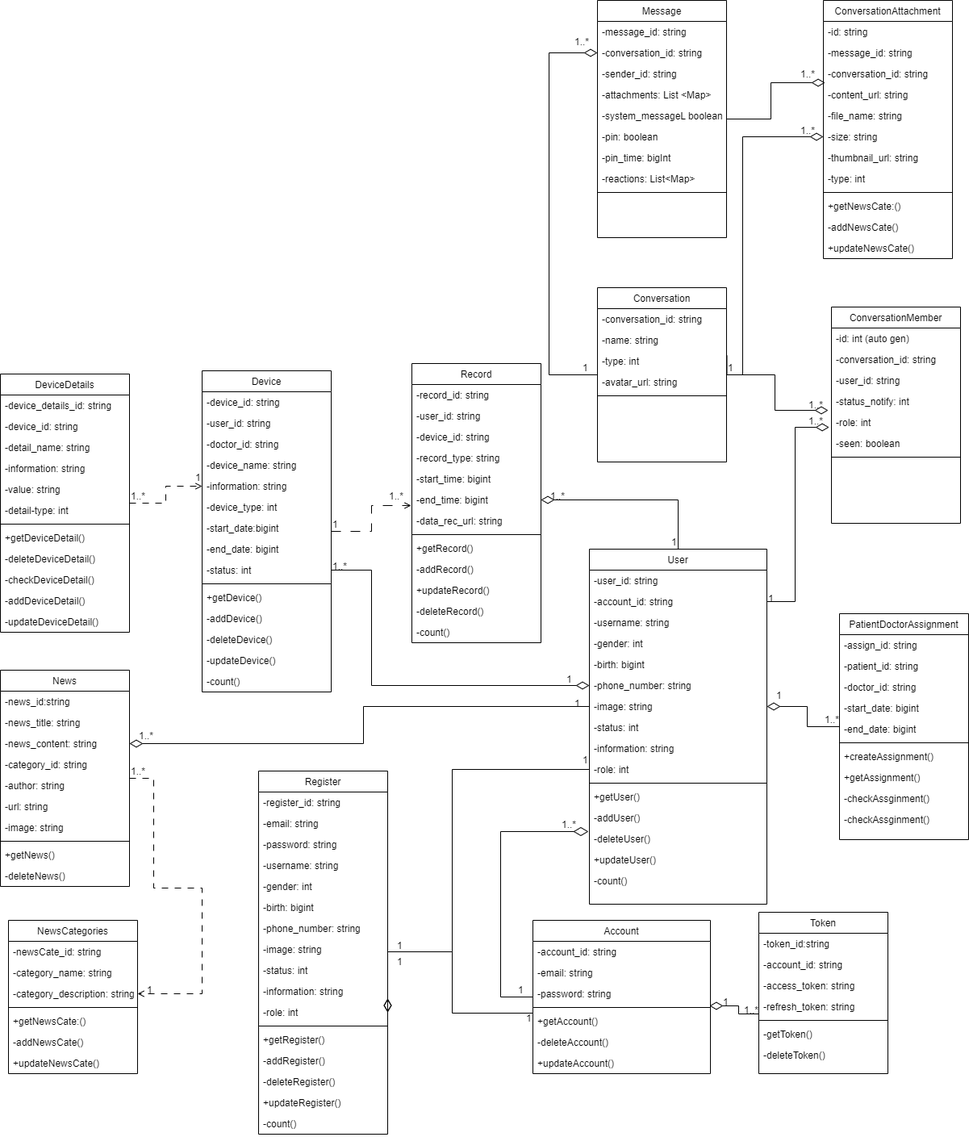
Earlier version of the draw.io export latex_thesis/Images/UML/UMl.drawio.png (techcomrade/fmECG). Source tidied: cells renumbered, new cells last; positions are measured from the earlier drawing's top-left corner, leaving out a move shared by most shapes.
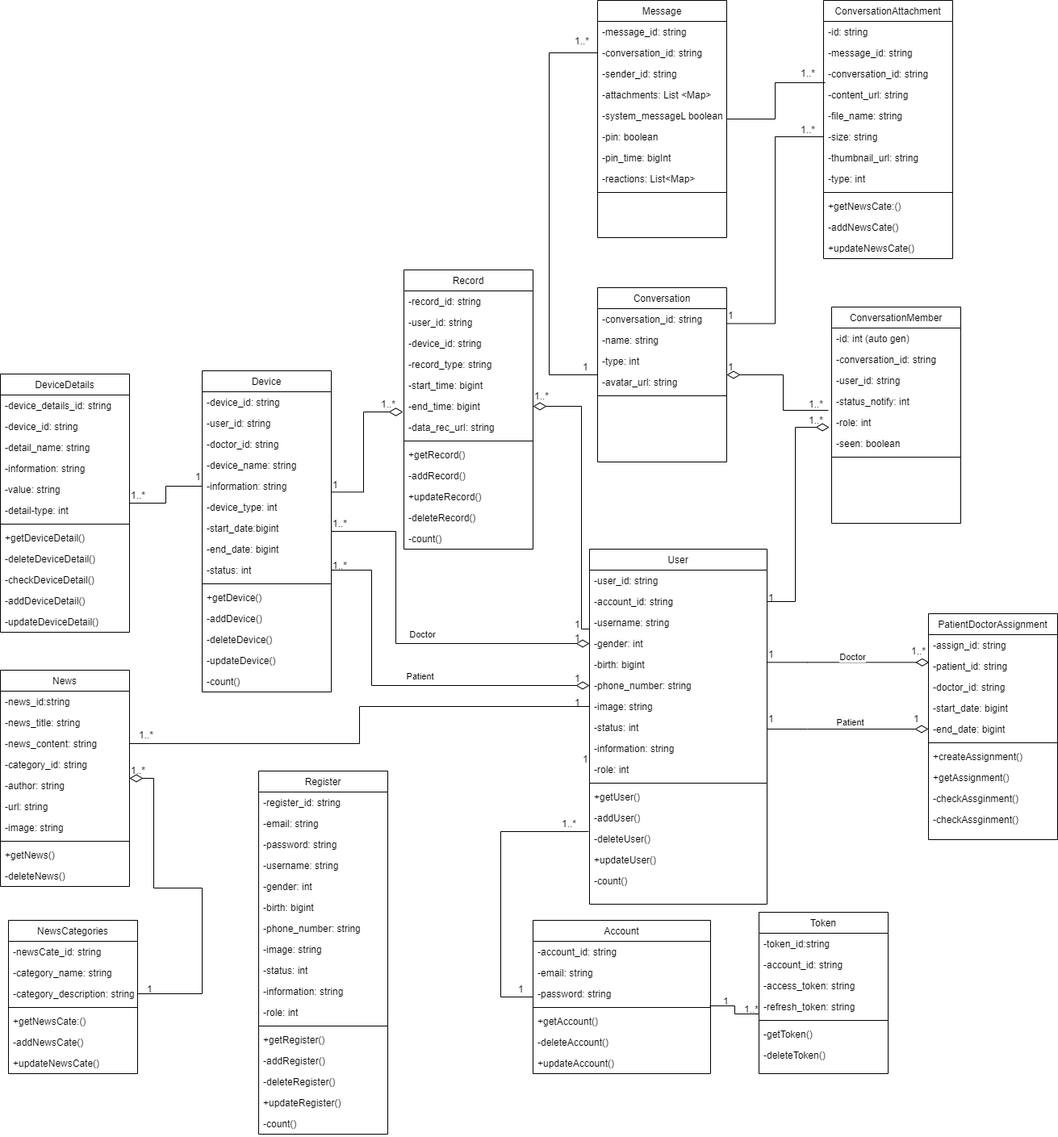
After the change.

Commit message:
improve(thesis): update class diagram

What changed in the source:
```diff
@@ -2,8 +2,13 @@
   <root>
     <mxCell id="0" />
     <mxCell id="1" parent="0" />
-    <mxCell id="2" style="edgeStyle=orthogonalEdgeStyle;rounded=0;jettySize=auto;html=1;endArrow=diamondThin;endFill=0;endSize=14;" parent="1" edge="1" source="3" target="69">
-      <mxGeometry relative="1" as="geometry" />
+    <mxCell id="2" style="edgeStyle=orthogonalEdgeStyle;rounded=0;jettySize=auto;html=1;endArrow=diamondThin;endFill=0;endSize=14;exitX=0;exitY=0.808;exitDx=0;exitDy=0;exitPerimeter=0;" parent="1" edge="1" source="6" target="69">
+      <mxGeometry relative="1" as="geometry">
+        <Array as="points">
+          <mxPoint x="720" y="779" />
+          <mxPoint x="720" y="503" />
+        </Array>
+      </mxGeometry>
     </mxCell>
     <mxCell id="3" value="User " style="swimlane;fontStyle=0;align=center;verticalAlign=top;horizontal=1;startSize=26;rounded=0;shadow=0;strokeWidth=1;" parent="1" vertex="1">
       <mxGeometry x="730" y="680" width="220" height="440" as="geometry" />
@@ -80,7 +85,7 @@
     <mxCell id="27" value="+updateAccount()" style="text;align=left;verticalAlign=top;spacingLeft=4;spacingRight=4;overflow=hidden;" parent="20" vertex="1">
       <mxGeometry y="164" width="220" height="26" as="geometry" />
     </mxCell>
-    <mxCell id="28" style="edgeStyle=orthogonalEdgeStyle;rounded=0;jettySize=auto;html=1;entryX=0;entryY=0.5;entryDx=0;entryDy=0;dashed=1;dashPattern=8 8;endArrow=open;endFill=0;" parent="1" edge="1" source="29" target="90">
+    <mxCell id="28" style="edgeStyle=orthogonalEdgeStyle;rounded=0;jettySize=auto;html=1;entryX=0;entryY=0.5;entryDx=0;entryDy=0;endArrow=none;endFill=0;endSize=14;" parent="1" edge="1" source="29" target="90">
       <mxGeometry relative="1" as="geometry" />
     </mxCell>
     <mxCell id="29" value="DeviceDetails" style="swimlane;fontStyle=0;align=center;verticalAlign=top;horizontal=1;startSize=26;rounded=0;shadow=0;strokeWidth=1;" parent="1" vertex="1">
@@ -122,7 +127,7 @@
     <mxCell id="41" value="-updateDeviceDetail()" style="text;align=left;verticalAlign=top;spacingLeft=4;spacingRight=4;overflow=hidden;" parent="29" vertex="1">
       <mxGeometry y="294" width="160" height="26" as="geometry" />
     </mxCell>
-    <mxCell id="42" style="edgeStyle=orthogonalEdgeStyle;rounded=0;jettySize=auto;html=1;entryX=1;entryY=0.5;entryDx=0;entryDy=0;endArrow=open;endFill=0;dashed=1;dashPattern=8 8;" parent="1" edge="1" source="43" target="80">
+    <mxCell id="42" style="edgeStyle=orthogonalEdgeStyle;rounded=0;jettySize=auto;html=1;entryX=1;entryY=0.5;entryDx=0;entryDy=0;endArrow=none;endFill=0;startArrow=diamondThin;startFill=0;startSize=14;" parent="1" edge="1" source="43" target="80">
       <mxGeometry relative="1" as="geometry">
         <Array as="points">
           <mxPoint x="190" y="964" />
@@ -165,7 +170,7 @@
     <mxCell id="53" value="-deleteNews()" style="text;align=left;verticalAlign=top;spacingLeft=4;spacingRight=4;overflow=hidden;" parent="43" vertex="1">
       <mxGeometry y="242" width="160" height="26" as="geometry" />
     </mxCell>
-    <mxCell id="54" style="edgeStyle=orthogonalEdgeStyle;rounded=0;jettySize=auto;html=1;entryX=0.995;entryY=-0.231;entryDx=0;entryDy=0;entryPerimeter=0;endArrow=diamondThin;endFill=0;endSize=14;exitX=0;exitY=0.846;exitDx=0;exitDy=0;exitPerimeter=0;" parent="1" edge="1" source="59" target="25">
+    <mxCell id="54" style="edgeStyle=orthogonalEdgeStyle;rounded=0;jettySize=auto;html=1;entryX=0.995;entryY=-0.231;entryDx=0;entryDy=0;entryPerimeter=0;endArrow=none;endFill=0;endSize=14;exitX=0;exitY=0.846;exitDx=0;exitDy=0;exitPerimeter=0;" parent="1" edge="1" source="59" target="25">
       <mxGeometry relative="1" as="geometry" />
     </mxCell>
     <mxCell id="55" value="Token " style="swimlane;fontStyle=0;align=center;verticalAlign=top;horizontal=1;startSize=26;rounded=0;shadow=0;strokeWidth=1;" parent="1" vertex="1">
@@ -193,7 +198,7 @@
       <mxGeometry y="164" width="160" height="26" as="geometry" />
     </mxCell>
     <mxCell id="63" value="Record " style="swimlane;fontStyle=0;align=center;verticalAlign=top;horizontal=1;startSize=26;rounded=0;shadow=0;strokeWidth=1;" parent="1" vertex="1">
-      <mxGeometry x="510" y="450" width="160" height="346" as="geometry" />
+      <mxGeometry x="500" y="334" width="160" height="346" as="geometry" />
     </mxCell>
     <mxCell id="64" value="-record_id: string" style="text;align=left;verticalAlign=top;spacingLeft=4;spacingRight=4;overflow=hidden;" parent="63" vertex="1">
       <mxGeometry y="26" width="160" height="26" as="geometry" />
@@ -258,6 +263,20 @@
     <mxCell id="84" value="+updateNewsCate()" style="text;align=left;verticalAlign=top;spacingLeft=4;spacingRight=4;overflow=hidden;" parent="77" vertex="1">
       <mxGeometry y="164" width="160" height="26" as="geometry" />
     </mxCell>
+    <mxCell id="209" style="edgeStyle=orthogonalEdgeStyle;rounded=0;jettySize=auto;html=1;endArrow=diamondThin;endFill=0;endSize=14;" parent="1" edge="1" source="85">
+      <mxGeometry relative="1" as="geometry">
+        <mxPoint x="730" y="797" as="targetPoint" />
+        <Array as="points">
+          <mxPoint x="490" y="658" />
+          <mxPoint x="490" y="797" />
+        </Array>
+      </mxGeometry>
+    </mxCell>
+    <mxCell id="210" value="Doctor" style="edgeLabel;html=1;align=center;verticalAlign=middle;" parent="209" vertex="1">
+      <mxGeometry x="0.07" y="-1" relative="1" as="geometry">
+        <mxPoint x="5" y="-12" as="offset" />
+      </mxGeometry>
+    </mxCell>
     <mxCell id="85" value="Device" style="swimlane;fontStyle=0;align=center;verticalAlign=top;horizontal=1;startSize=26;rounded=0;shadow=0;strokeWidth=1;" parent="1" vertex="1">
       <mxGeometry x="250" y="459" width="160" height="398" as="geometry" />
     </mxCell>
@@ -306,11 +325,21 @@
     <mxCell id="100" value="-count()" style="text;align=left;verticalAlign=top;spacingLeft=4;spacingRight=4;overflow=hidden;" parent="85" vertex="1">
       <mxGeometry y="372" width="160" height="26" as="geometry" />
     </mxCell>
-    <mxCell id="101" style="edgeStyle=orthogonalEdgeStyle;rounded=0;jettySize=auto;html=1;endArrow=diamondThin;endFill=0;endSize=14;" parent="1" edge="1" source="102" target="10">
-      <mxGeometry relative="1" as="geometry" />
+    <mxCell id="101" style="edgeStyle=orthogonalEdgeStyle;rounded=0;jettySize=auto;html=1;endArrow=none;endFill=0;endSize=14;startArrow=diamondThin;startFill=0;startSize=14;exitX=0.005;exitY=0.321;exitDx=0;exitDy=0;exitPerimeter=0;" parent="1" edge="1" source="104" target="8">
+      <mxGeometry relative="1" as="geometry">
+        <Array as="points">
+          <mxPoint x="1000" y="820" />
+          <mxPoint x="1000" y="820" />
+        </Array>
+      </mxGeometry>
     </mxCell>
+    <mxCell id="211" value="Doctor" style="edgeLabel;html=1;align=center;verticalAlign=middle;" parent="101" vertex="1">
+      <mxGeometry x="-0.03" y="3" relative="1" as="geometry">
+        <mxPoint x="2" y="-10" as="offset" />
+      </mxGeometry>
+    </mxCell>
     <mxCell id="102" value="PatientDoctorAssignment" style="swimlane;fontStyle=0;align=center;verticalAlign=top;horizontal=1;startSize=26;rounded=0;shadow=0;strokeWidth=1;" parent="1" vertex="1">
-      <mxGeometry x="1040" y="760" width="160" height="280" as="geometry" />
+      <mxGeometry x="1150" y="760" width="160" height="280" as="geometry" />
     </mxCell>
     <mxCell id="103" value="-assign_id: string" style="text;align=left;verticalAlign=top;spacingLeft=4;spacingRight=4;overflow=hidden;" parent="102" vertex="1">
       <mxGeometry y="26" width="160" height="26" as="geometry" />
@@ -404,24 +433,18 @@
         </Array>
       </mxGeometry>
     </mxCell>
-    <mxCell id="132" style="edgeStyle=orthogonalEdgeStyle;rounded=0;jettySize=auto;html=1;entryX=1;entryY=0.5;entryDx=0;entryDy=0;endArrow=diamondThin;endFill=0;endSize=14;" parent="1" edge="1" source="13" target="124">
-      <mxGeometry relative="1" as="geometry">
-        <Array as="points">
-          <mxPoint x="560" y="953" />
-          <mxPoint x="560" y="1179" />
-        </Array>
-      </mxGeometry>
-    </mxCell>
-    <mxCell id="133" style="edgeStyle=orthogonalEdgeStyle;rounded=0;jettySize=auto;html=1;entryX=1;entryY=0.5;entryDx=0;entryDy=0;endArrow=diamondThin;endFill=0;endSize=14;" parent="1" edge="1" source="25" target="124">
-      <mxGeometry relative="1" as="geometry">
-        <Array as="points">
-          <mxPoint x="560" y="1255" />
-          <mxPoint x="560" y="1179" />
-        </Array>
-      </mxGeometry>
-    </mxCell>
+    <mxCell id="212" value="Patient" style="edgeLabel;html=1;align=center;verticalAlign=middle;" parent="131" vertex="1">
+      <mxGeometry x="0.24" relative="1" as="geometry">
+        <mxPoint x="-35" y="-11" as="offset" />
+      </mxGeometry>
+    </mxCell>
-    <mxCell id="134" style="edgeStyle=orthogonalEdgeStyle;rounded=0;jettySize=auto;html=1;entryX=-0.006;entryY=0.769;entryDx=0;entryDy=0;entryPerimeter=0;dashed=1;dashPattern=12 12;endArrow=open;endFill=0;" parent="1" edge="1" source="85" target="69">
-      <mxGeometry relative="1" as="geometry" />
+    <mxCell id="134" style="edgeStyle=orthogonalEdgeStyle;rounded=0;jettySize=auto;html=1;entryX=-0.006;entryY=0.769;entryDx=0;entryDy=0;entryPerimeter=0;endArrow=diamondThin;endFill=0;endSize=15;exitX=0.998;exitY=0.782;exitDx=0;exitDy=0;exitPerimeter=0;" parent="1" edge="1" source="90" target="69">
+      <mxGeometry relative="1" as="geometry">
+        <Array as="points">
+          <mxPoint x="450" y="609" />
+          <mxPoint x="450" y="510" />
+        </Array>
+      </mxGeometry>
     </mxCell>
     <mxCell id="135" value="1..*" style="align=left;verticalAlign=bottom;labelBackgroundColor=none;fontSize=12;direction=south;" parent="1" vertex="1">
       <mxGeometry x="160" y="623" as="geometry" />
@@ -430,12 +453,14 @@
       <mxGeometry x="240" y="600" as="geometry" />
     </mxCell>
     <mxCell id="137" value="1..*" style="align=left;verticalAlign=bottom;labelBackgroundColor=none;fontSize=12;direction=south;" parent="1" vertex="1">
-      <mxGeometry x="1020" y="900" as="geometry" />
+      <mxGeometry x="1130" y="810" as="geometry">
+        <mxPoint x="-3" y="6" as="offset" />
+      </mxGeometry>
     </mxCell>
     <mxCell id="138" value="1..*" style="align=left;verticalAlign=bottom;labelBackgroundColor=none;fontSize=12;direction=south;" parent="1" vertex="1">
       <mxGeometry x="920" y="1260" as="geometry" />
     </mxCell>
-    <mxCell id="139" style="edgeStyle=orthogonalEdgeStyle;rounded=0;jettySize=auto;html=1;entryX=-0.005;entryY=0.154;entryDx=0;entryDy=0;entryPerimeter=0;endArrow=diamondThin;endFill=0;endSize=16;" parent="1" edge="1" source="20" target="17">
+    <mxCell id="139" style="edgeStyle=orthogonalEdgeStyle;rounded=0;jettySize=auto;html=1;entryX=-0.005;entryY=0.154;entryDx=0;entryDy=0;entryPerimeter=0;endArrow=none;endFill=0;endSize=16;" parent="1" edge="1" source="20" target="17">
       <mxGeometry relative="1" as="geometry">
         <Array as="points">
           <mxPoint x="620" y="1235" />
@@ -450,35 +475,26 @@
       <mxGeometry x="160" y="964" as="geometry" />
     </mxCell>
     <mxCell id="142" value="1..*" style="align=left;verticalAlign=bottom;labelBackgroundColor=none;fontSize=12;direction=south;" parent="1" vertex="1">
-      <mxGeometry x="480" y="623" as="geometry" />
+      <mxGeometry x="470" y="510" as="geometry" />
     </mxCell>
     <mxCell id="143" value="1..*" style="align=left;verticalAlign=bottom;labelBackgroundColor=none;fontSize=12;direction=south;" parent="1" vertex="1">
-      <mxGeometry x="680" y="623" as="geometry" />
+      <mxGeometry x="660" y="500" as="geometry" />
     </mxCell>
     <mxCell id="144" value="1..*" style="align=left;verticalAlign=bottom;labelBackgroundColor=none;fontSize=12;direction=south;" parent="1" vertex="1">
       <mxGeometry x="410" y="710" as="geometry" />
     </mxCell>
     <mxCell id="145" value="1" style="align=left;verticalAlign=bottom;labelBackgroundColor=none;fontSize=12;direction=south;" parent="1" vertex="1">
-      <mxGeometry x="410" y="658" as="geometry" />
+      <mxGeometry x="710" y="800" as="geometry" />
     </mxCell>
     <mxCell id="146" value="1" style="align=left;verticalAlign=bottom;labelBackgroundColor=none;fontSize=12;direction=south;" parent="1" vertex="1">
-      <mxGeometry x="700" y="850" as="geometry" />
+      <mxGeometry x="710" y="850" as="geometry" />
     </mxCell>
     <mxCell id="147" value="1" style="align=left;verticalAlign=bottom;labelBackgroundColor=none;fontSize=12;direction=south;" parent="1" vertex="1">
-      <mxGeometry x="830" y="680" as="geometry" />
+      <mxGeometry x="710" y="783" as="geometry" />
     </mxCell>
     <mxCell id="148" value="1" style="align=left;verticalAlign=bottom;labelBackgroundColor=none;fontSize=12;direction=south;" parent="1" vertex="1">
       <mxGeometry x="720" y="950" as="geometry" />
     </mxCell>
-    <mxCell id="149" value="1" style="align=left;verticalAlign=bottom;labelBackgroundColor=none;fontSize=12;direction=south;" parent="1" vertex="1">
-      <mxGeometry x="490" y="1180" as="geometry" />
-    </mxCell>
-    <mxCell id="150" value="1" style="align=left;verticalAlign=bottom;labelBackgroundColor=none;fontSize=12;direction=south;" parent="1" vertex="1">
-      <mxGeometry x="490" y="1200" as="geometry" />
-    </mxCell>
-    <mxCell id="151" value="1" style="align=left;verticalAlign=bottom;labelBackgroundColor=none;fontSize=12;direction=south;" parent="1" vertex="1">
-      <mxGeometry x="650" y="1270" as="geometry" />
-    </mxCell>
     <mxCell id="152" value="1" style="align=left;verticalAlign=bottom;labelBackgroundColor=none;fontSize=12;direction=south;" parent="1" vertex="1">
       <mxGeometry x="640" y="1235" as="geometry" />
     </mxCell>
@@ -491,9 +507,9 @@
       <mxGeometry x="180" y="1235" as="geometry" />
     </mxCell>
     <mxCell id="155" value="1" style="align=left;verticalAlign=bottom;labelBackgroundColor=none;fontSize=12;direction=south;" parent="1" vertex="1">
-      <mxGeometry x="960" y="870" as="geometry" />
+      <mxGeometry x="950" y="820" as="geometry" />
     </mxCell>
-    <mxCell id="156" style="edgeStyle=orthogonalEdgeStyle;rounded=0;jettySize=auto;html=1;entryX=0;entryY=0.5;entryDx=0;entryDy=0;endArrow=diamondThin;endFill=0;endSize=14;" parent="1" edge="1" source="158" target="187">
+    <mxCell id="156" style="edgeStyle=orthogonalEdgeStyle;rounded=0;jettySize=auto;html=1;entryX=0;entryY=0.5;entryDx=0;entryDy=0;endArrow=none;endFill=0;endSize=14;" parent="1" edge="1" source="158" target="187">
       <mxGeometry relative="1" as="geometry">
         <Array as="points">
           <mxPoint x="680" y="464" />
@@ -501,15 +517,6 @@
         </Array>
       </mxGeometry>
     </mxCell>
-    <mxCell id="157" style="edgeStyle=orthogonalEdgeStyle;rounded=0;jettySize=auto;html=1;entryX=0;entryY=0.5;entryDx=0;entryDy=0;exitX=1.003;exitY=0.237;exitDx=0;exitDy=0;exitPerimeter=0;endArrow=diamondThin;endFill=0;endSize=14;" parent="1" edge="1" source="161" target="178">
-      <mxGeometry relative="1" as="geometry">
-        <Array as="points">
-          <mxPoint x="901" y="464" />
-          <mxPoint x="920" y="464" />
-          <mxPoint x="920" y="169" />
-        </Array>
-      </mxGeometry>
-    </mxCell>
     <mxCell id="158" value="Conversation" style="swimlane;fontStyle=0;align=center;verticalAlign=top;horizontal=1;startSize=26;rounded=0;shadow=0;strokeWidth=1;" parent="1" vertex="1">
       <mxGeometry x="740" y="356" width="160" height="216" as="geometry" />
     </mxCell>
@@ -621,10 +628,10 @@
     <mxCell id="194" style="line;html=1;strokeWidth=1;align=left;verticalAlign=middle;spacingTop=-1;spacingLeft=3;spacingRight=3;labelPosition=right;" parent="185" vertex="1">
       <mxGeometry y="234" width="160" height="8" as="geometry" />
     </mxCell>
-    <mxCell id="195" style="edgeStyle=orthogonalEdgeStyle;rounded=0;jettySize=auto;html=1;entryX=-0.025;entryY=0.923;entryDx=0;entryDy=0;entryPerimeter=0;endArrow=diamondThin;endFill=0;endSize=14;" parent="1" edge="1" source="158" target="168">
+    <mxCell id="195" style="edgeStyle=orthogonalEdgeStyle;rounded=0;jettySize=auto;html=1;entryX=-0.025;entryY=0.923;entryDx=0;entryDy=0;entryPerimeter=0;endArrow=none;endFill=0;endSize=6;startArrow=diamondThin;startFill=0;startSize=14;" parent="1" edge="1" source="158" target="168">
       <mxGeometry relative="1" as="geometry" />
     </mxCell>
-    <mxCell id="196" style="edgeStyle=orthogonalEdgeStyle;rounded=0;jettySize=auto;html=1;entryX=0.013;entryY=0.923;entryDx=0;entryDy=0;entryPerimeter=0;endArrow=diamondThin;endFill=0;endSize=14;" parent="1" edge="1" source="185" target="175">
+    <mxCell id="196" style="edgeStyle=orthogonalEdgeStyle;rounded=0;jettySize=auto;html=1;entryX=0.013;entryY=0.923;entryDx=0;entryDy=0;entryPerimeter=0;endArrow=none;endFill=0;endSize=14;" parent="1" edge="1" source="185" target="175">
       <mxGeometry relative="1" as="geometry" />
     </mxCell>
     <mxCell id="197" style="edgeStyle=orthogonalEdgeStyle;rounded=0;jettySize=auto;html=1;entryX=-0.018;entryY=0.731;entryDx=0;entryDy=0;entryPerimeter=0;endArrow=diamondThin;endFill=0;endSize=14;" parent="1" edge="1" source="5" target="169">
@@ -654,7 +661,7 @@
     <mxCell id="205" value="1" style="align=left;verticalAlign=bottom;labelBackgroundColor=none;fontSize=12;direction=south;" parent="1" vertex="1">
       <mxGeometry x="720" y="464" as="geometry" />
     </mxCell>
-    <mxCell id="206" style="edgeStyle=orthogonalEdgeStyle;rounded=0;jettySize=auto;html=1;entryX=1;entryY=0.5;entryDx=0;entryDy=0;endArrow=diamondThin;endFill=0;endSize=14;" parent="1" edge="1" source="10" target="46">
+    <mxCell id="206" style="edgeStyle=orthogonalEdgeStyle;rounded=0;jettySize=auto;html=1;entryX=1;entryY=0.5;entryDx=0;entryDy=0;endArrow=none;endFill=0;endSize=14;" parent="1" edge="1" source="10" target="46">
       <mxGeometry relative="1" as="geometry" />
     </mxCell>
     <mxCell id="207" value="1" style="align=left;verticalAlign=bottom;labelBackgroundColor=none;fontSize=12;direction=south;" parent="1" vertex="1">
@@ -663,5 +670,36 @@
     <mxCell id="208" value="1..*" style="align=left;verticalAlign=bottom;labelBackgroundColor=none;fontSize=12;direction=south;" parent="1" vertex="1">
       <mxGeometry x="170" y="920" as="geometry" />
     </mxCell>
+    <mxCell id="213" style="edgeStyle=orthogonalEdgeStyle;rounded=0;jettySize=auto;html=1;entryX=1.006;entryY=0.711;entryDx=0;entryDy=0;entryPerimeter=0;endArrow=none;endFill=0;" parent="1" edge="1" source="178" target="159">
+      <mxGeometry relative="1" as="geometry" />
+    </mxCell>
+    <mxCell id="214" value="1" style="align=left;verticalAlign=bottom;labelBackgroundColor=none;fontSize=12;direction=south;" parent="1" vertex="1">
+      <mxGeometry x="900" y="400" as="geometry" />
+    </mxCell>
+    <mxCell id="215" style="edgeStyle=orthogonalEdgeStyle;rounded=0;jettySize=auto;html=1;entryX=0;entryY=0.5;entryDx=0;entryDy=0;endArrow=diamondThin;endFill=0;endSize=14;" parent="1" edge="1" source="11" target="107">
+      <mxGeometry relative="1" as="geometry">
+        <Array as="points">
+          <mxPoint x="1000" y="903" />
+          <mxPoint x="1000" y="903" />
+        </Array>
+      </mxGeometry>
+    </mxCell>
+    <mxCell id="216" value="Patient" style="edgeLabel;html=1;align=center;verticalAlign=middle;" parent="215" vertex="1">
+      <mxGeometry x="0.03" relative="1" as="geometry">
+        <mxPoint y="-8" as="offset" />
+      </mxGeometry>
+    </mxCell>
+    <mxCell id="217" value="1" style="align=left;verticalAlign=bottom;labelBackgroundColor=none;fontSize=12;direction=south;" parent="1" vertex="1">
+      <mxGeometry x="950" y="900" as="geometry" />
+    </mxCell>
+    <mxCell id="218" value="1" style="align=left;verticalAlign=bottom;labelBackgroundColor=none;fontSize=12;direction=south;" parent="1" vertex="1">
+      <mxGeometry x="1130" y="900" as="geometry" />
+    </mxCell>
+    <mxCell id="219" value="1" style="align=left;verticalAlign=bottom;labelBackgroundColor=none;fontSize=12;direction=south;" parent="1" vertex="1">
+      <mxGeometry x="410" y="610" as="geometry" />
+    </mxCell>
+    <mxCell id="220" value="1..*" style="align=left;verticalAlign=bottom;labelBackgroundColor=none;fontSize=12;direction=south;" parent="1" vertex="1">
+      <mxGeometry x="410" y="658" as="geometry" />
+    </mxCell>
   </root>
 </mxGraphModel>
```
